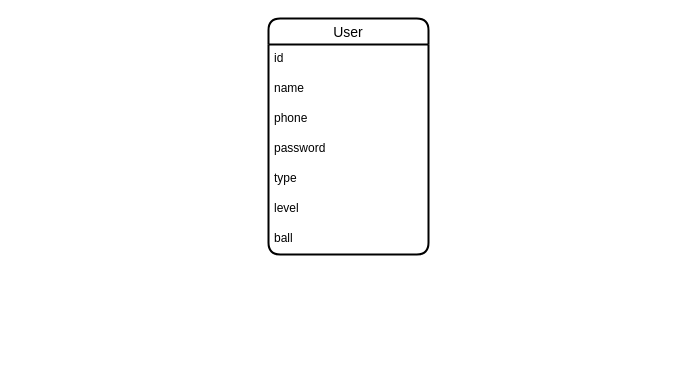
Above: karsoft-location.drawio in iztileuoff/databases (draw.io), before the change. Source tidied: cells renumbered, new cells numbered last; positions are measured from the earlier drawing's top-left corner, leaving out a move shared by most shapes. Both pictures are drawn from the tidied source at 100%, with x=0, y=0 at pixel (268, 18).
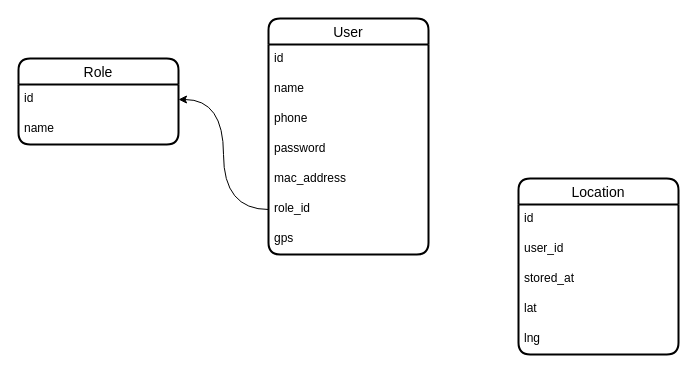
The same diagram, later.

The edit, as a diff of the source:
```diff
@@
 <mxGraphModel>
   <root>
     <mxCell id="0" />
     <mxCell id="1" parent="0" />
     <mxCell id="2" value="User" style="swimlane;fontStyle=0;horizontal=1;startSize=26;align=center;fontSize=14;strokeWidth=2;rounded=1;shadow=0;glass=0;swimlaneLine=1;" parent="1" vertex="1">
       <mxGeometry width="160" height="236" as="geometry" />
     </mxCell>
     <mxCell id="3" value="id" style="text;strokeColor=none;fillColor=none;spacingLeft=4;spacingRight=4;overflow=hidden;fontSize=12;whiteSpace=wrap;html=1;" parent="2" vertex="1">
       <mxGeometry y="26" width="160" height="30" as="geometry" />
     </mxCell>
     <mxCell id="4" value="name" style="text;strokeColor=none;fillColor=none;spacingLeft=4;spacingRight=4;overflow=hidden;fontSize=12;whiteSpace=wrap;html=1;" parent="2" vertex="1">
       <mxGeometry y="56" width="160" height="30" as="geometry" />
     </mxCell>
     <mxCell id="5" value="phone" style="text;strokeColor=none;fillColor=none;spacingLeft=4;spacingRight=4;overflow=hidden;fontSize=12;whiteSpace=wrap;html=1;" parent="2" vertex="1">
       <mxGeometry y="86" width="160" height="30" as="geometry" />
     </mxCell>
     <mxCell id="6" value="password" style="text;strokeColor=none;fillColor=none;spacingLeft=4;spacingRight=4;overflow=hidden;fontSize=12;whiteSpace=wrap;html=1;" parent="2" vertex="1">
       <mxGeometry y="116" width="160" height="30" as="geometry" />
     </mxCell>
-    <mxCell id="7" value="type" style="text;strokeColor=none;fillColor=none;spacingLeft=4;spacingRight=4;overflow=hidden;fontSize=12;whiteSpace=wrap;html=1;" parent="2" vertex="1">
+    <mxCell id="7" value="mac_address" style="text;strokeColor=none;fillColor=none;spacingLeft=4;spacingRight=4;overflow=hidden;fontSize=12;whiteSpace=wrap;html=1;" parent="2" vertex="1">
       <mxGeometry y="146" width="160" height="30" as="geometry" />
     </mxCell>
+    <mxCell id="10" value="role_id" style="text;strokeColor=none;fillColor=none;spacingLeft=4;spacingRight=4;overflow=hidden;points=[[0,0.5],[1,0.5]];portConstraint=eastwest;fontSize=12;whiteSpace=wrap;html=1;" parent="2" vertex="1">
+      <mxGeometry y="176" width="160" height="30" as="geometry" />
+    </mxCell>
-    <mxCell id="8" value="level" style="text;strokeColor=none;fillColor=none;spacingLeft=4;spacingRight=4;overflow=hidden;fontSize=12;whiteSpace=wrap;html=1;" parent="2" vertex="1">
-      <mxGeometry y="176" width="160" height="30" as="geometry" />
+    <mxCell id="8" value="gps" style="text;strokeColor=none;fillColor=none;spacingLeft=4;spacingRight=4;overflow=hidden;fontSize=12;whiteSpace=wrap;html=1;" parent="2" vertex="1">
+      <mxGeometry y="206" width="160" height="30" as="geometry" />
     </mxCell>
-    <mxCell id="9" value="ball" style="text;strokeColor=none;fillColor=none;spacingLeft=4;spacingRight=4;overflow=hidden;fontSize=12;whiteSpace=wrap;html=1;" parent="2" vertex="1">
-      <mxGeometry y="206" width="160" height="30" as="geometry" />
-    </mxCell>
+    <mxCell id="11" value="Role" style="swimlane;fontStyle=0;horizontal=1;startSize=26;align=center;fontSize=14;strokeWidth=2;rounded=1;shadow=0;glass=0;swimlaneLine=1;" parent="1" vertex="1">
+      <mxGeometry x="-250" y="40" width="160" height="86" as="geometry" />
+    </mxCell>
+    <mxCell id="12" value="id" style="text;strokeColor=none;fillColor=none;spacingLeft=4;spacingRight=4;overflow=hidden;points=[[0,0.5],[1,0.5]];portConstraint=eastwest;fontSize=12;whiteSpace=wrap;html=1;" parent="11" vertex="1">
+      <mxGeometry y="26" width="160" height="30" as="geometry" />
+    </mxCell>
+    <mxCell id="13" value="name" style="text;strokeColor=none;fillColor=none;spacingLeft=4;spacingRight=4;overflow=hidden;fontSize=12;whiteSpace=wrap;html=1;" parent="11" vertex="1">
+      <mxGeometry y="56" width="160" height="30" as="geometry" />
+    </mxCell>
+    <mxCell id="14" style="edgeStyle=orthogonalEdgeStyle;rounded=0;jettySize=auto;html=1;entryX=1;entryY=0.5;entryDx=0;entryDy=0;curved=1;" parent="1" edge="1" source="10" target="12">
+      <mxGeometry relative="1" as="geometry" />
+    </mxCell>
+    <mxCell id="15" value="Location" style="swimlane;fontStyle=0;horizontal=1;startSize=26;align=center;fontSize=14;strokeWidth=2;rounded=1;shadow=0;glass=0;swimlaneLine=1;" parent="1" vertex="1">
+      <mxGeometry x="250" y="160" width="160" height="176" as="geometry" />
+    </mxCell>
+    <mxCell id="16" value="id" style="text;strokeColor=none;fillColor=none;spacingLeft=4;spacingRight=4;overflow=hidden;fontSize=12;whiteSpace=wrap;html=1;" parent="15" vertex="1">
+      <mxGeometry y="26" width="160" height="30" as="geometry" />
+    </mxCell>
+    <mxCell id="17" value="user_id" style="text;strokeColor=none;fillColor=none;spacingLeft=4;spacingRight=4;overflow=hidden;fontSize=12;whiteSpace=wrap;html=1;" parent="15" vertex="1">
+      <mxGeometry y="56" width="160" height="30" as="geometry" />
+    </mxCell>
+    <mxCell id="18" value="stored_at" style="text;strokeColor=none;fillColor=none;spacingLeft=4;spacingRight=4;overflow=hidden;fontSize=12;whiteSpace=wrap;html=1;" parent="15" vertex="1">
+      <mxGeometry y="86" width="160" height="30" as="geometry" />
+    </mxCell>
+    <mxCell id="19" value="lat" style="text;strokeColor=none;fillColor=none;spacingLeft=4;spacingRight=4;overflow=hidden;fontSize=12;whiteSpace=wrap;html=1;" parent="15" vertex="1">
+      <mxGeometry y="116" width="160" height="30" as="geometry" />
+    </mxCell>
+    <mxCell id="20" value="lng" style="text;strokeColor=none;fillColor=none;spacingLeft=4;spacingRight=4;overflow=hidden;fontSize=12;whiteSpace=wrap;html=1;" parent="15" vertex="1">
+      <mxGeometry y="146" width="160" height="30" as="geometry" />
+    </mxCell>
   </root>
 </mxGraphModel>
```
